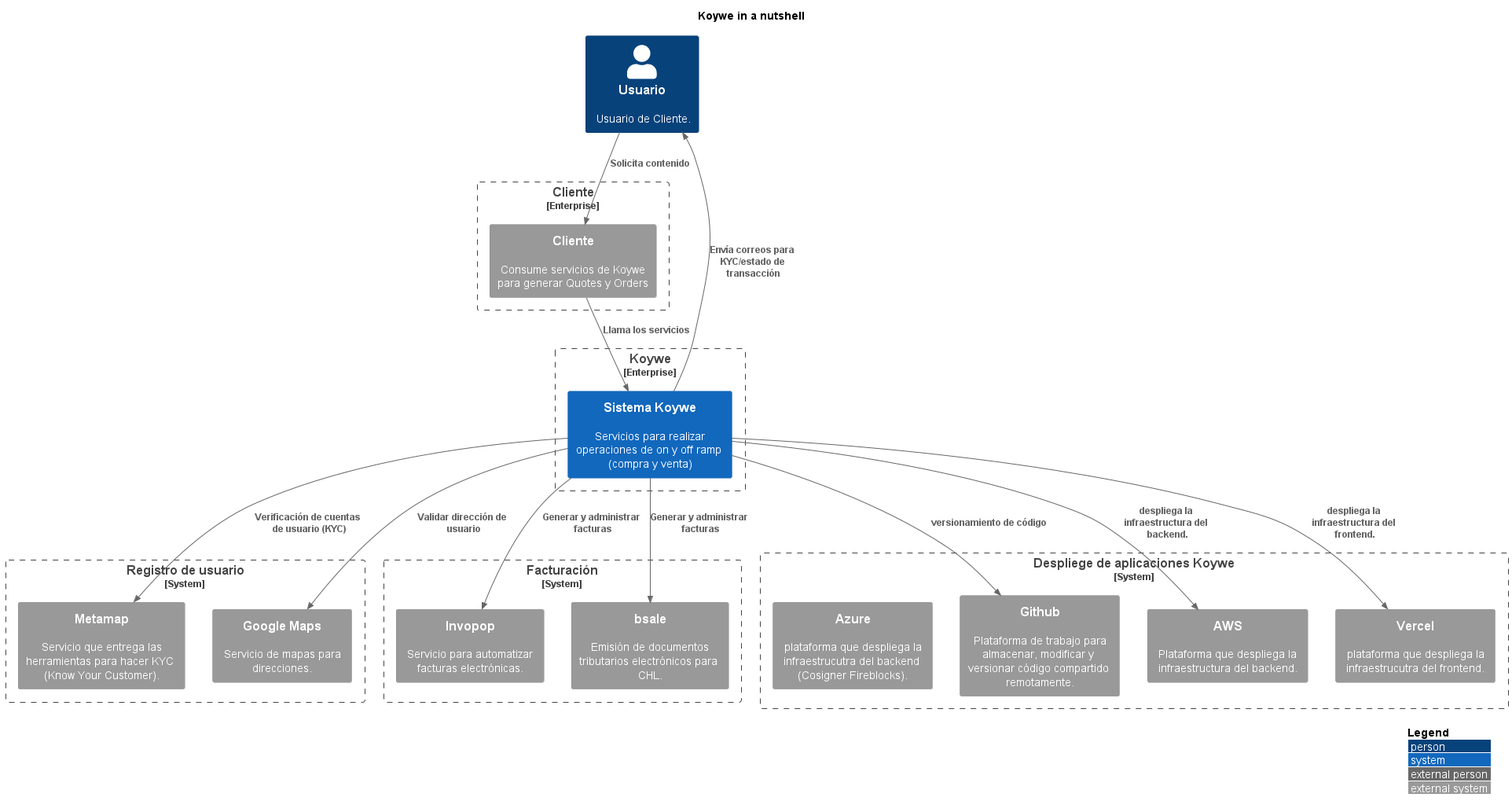
The PlantUML diagram koywe/koyweService_ext.png in kpeet/koyweC4, before a commit.
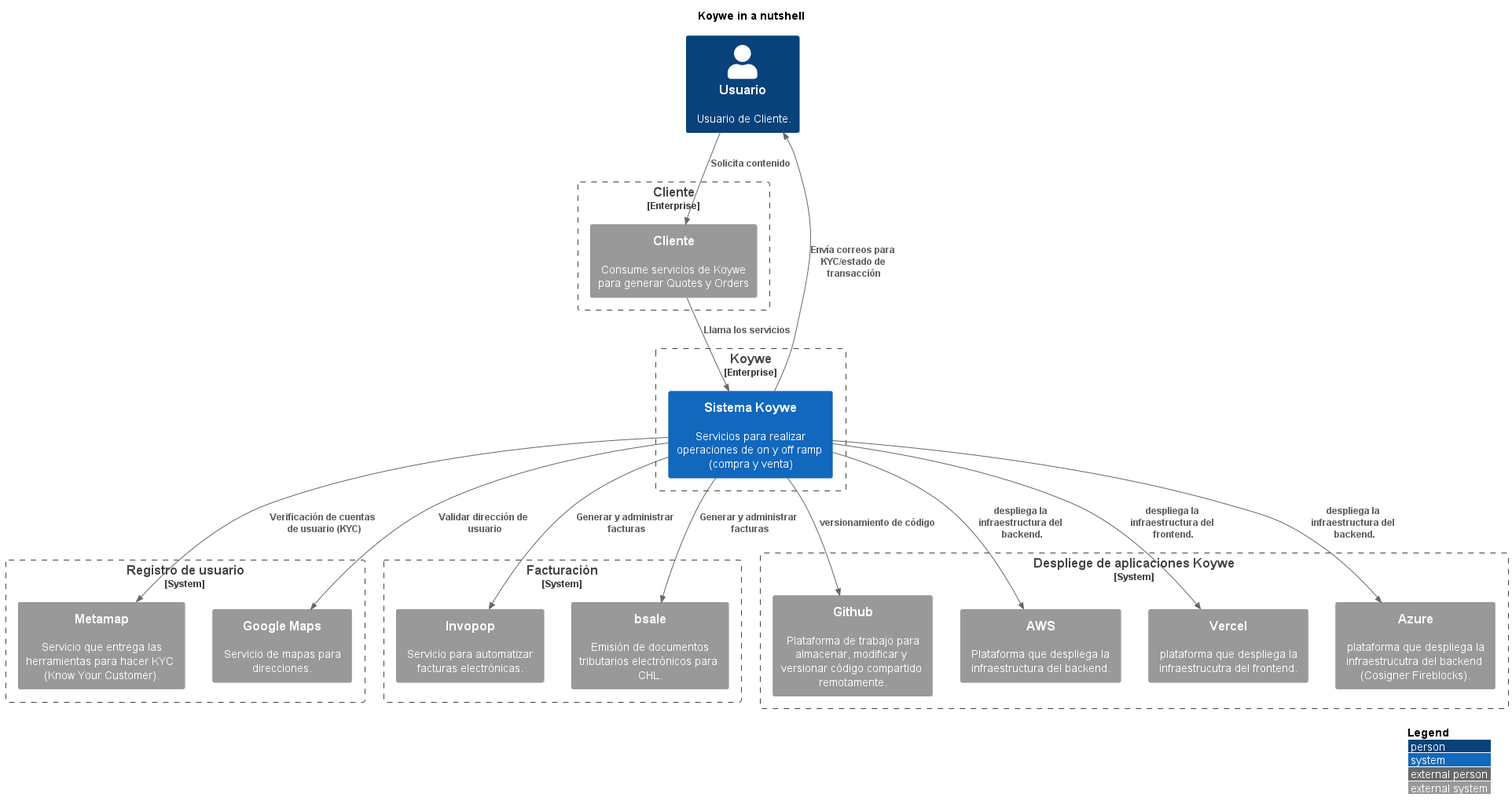
Above is the later version.

What changed in the source:
```diff
@@ -50,6 +50,7 @@
 Rel(modulo_on_off, aws, "despliega la infraestructura del backend.")
 
 Rel(modulo_on_off, metamap, "Verificación de cuentas de usuario (KYC)")
+Rel(modulo_on_off, azure, "despliega la infraestructura del backend.")
 
 
 
```
